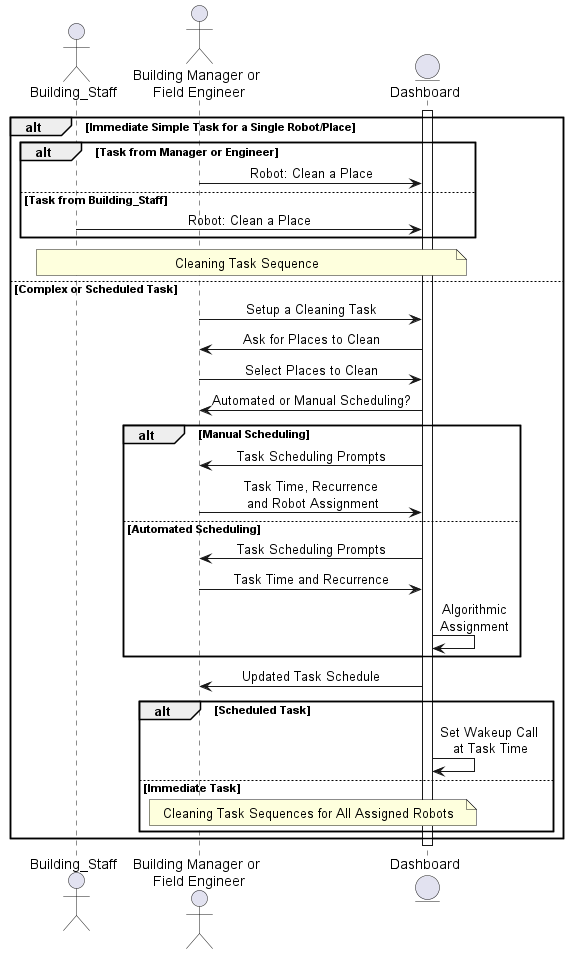
The PlantUML diagram docs/design/png_files/task_assignment.png in ur-swe-fa24/main-project-snoopy-corp, before a commit.
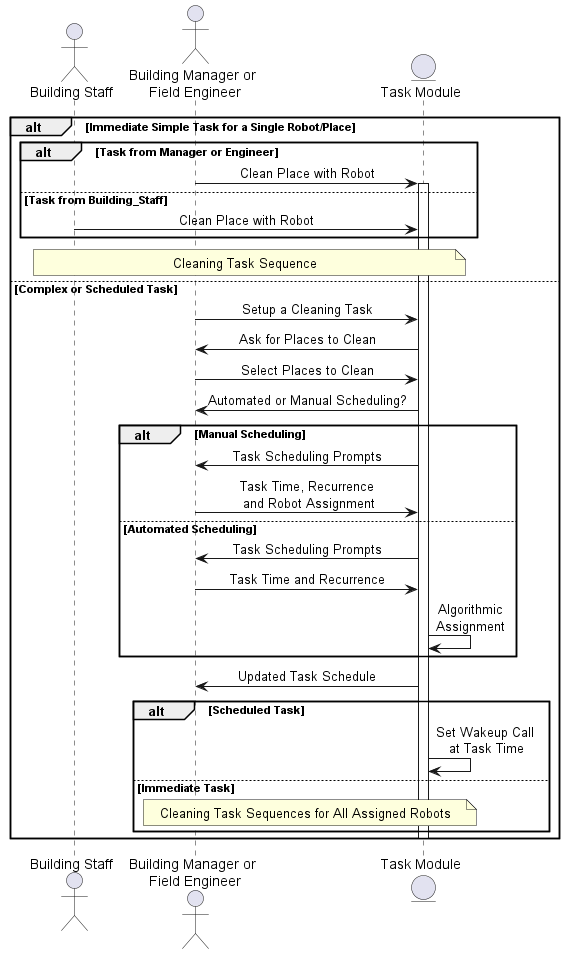
The same file after the commit.

Diff of the diagram source:
```diff
@@ -1,37 +1,37 @@
 @startuml task_assignment
 skinparam sequenceMessageAlign center
 
-actor Building_Staff
+actor Building_Staff as "Building Staff"
 actor Manager_or_Engineer as "Building Manager or\n Field Engineer"
-entity Dashboard
+entity Task_Module as "Task Module"
 
-activate Dashboard
 alt Immediate Simple Task for a Single Robot/Place
     alt Task from Manager or Engineer
-        Manager_or_Engineer -> Dashboard: Robot: Clean a Place
+        Manager_or_Engineer -> Task_Module: Clean Place with Robot
+        activate Task_Module
     else Task from Building_Staff
-        Building_Staff -> Dashboard: Robot: Clean a Place
+        Building_Staff -> Task_Module: Clean Place with Robot
     end
-    note over Building_Staff, Dashboard: Cleaning Task Sequence
+    note over Building_Staff, Task_Module: Cleaning Task Sequence
 else Complex or Scheduled Task
-    Manager_or_Engineer -> Dashboard: Setup a Cleaning Task
-    Dashboard -> Manager_or_Engineer: Ask for Places to Clean
-    Manager_or_Engineer -> Dashboard: Select Places to Clean
-    Dashboard -> Manager_or_Engineer: Automated or Manual Scheduling?
+    Manager_or_Engineer -> Task_Module: Setup a Cleaning Task
+    Task_Module -> Manager_or_Engineer: Ask for Places to Clean
+    Manager_or_Engineer -> Task_Module: Select Places to Clean
+    Task_Module -> Manager_or_Engineer: Automated or Manual Scheduling?
     alt Manual Scheduling
-        Dashboard -> Manager_or_Engineer: Task Scheduling Prompts
-        Manager_or_Engineer -> Dashboard: Task Time, Recurrence\n and Robot Assignment
+        Task_Module -> Manager_or_Engineer: Task Scheduling Prompts
+        Manager_or_Engineer -> Task_Module: Task Time, Recurrence\n and Robot Assignment
     else Automated Scheduling
-        Dashboard -> Manager_or_Engineer: Task Scheduling Prompts
-        Manager_or_Engineer -> Dashboard: Task Time and Recurrence
-        Dashboard -> Dashboard: Algorithmic\nAssignment
+        Task_Module -> Manager_or_Engineer: Task Scheduling Prompts
+        Manager_or_Engineer -> Task_Module: Task Time and Recurrence
+        Task_Module -> Task_Module: Algorithmic\nAssignment
     end
-    Dashboard -> Manager_or_Engineer: Updated Task Schedule
+    Task_Module -> Manager_or_Engineer: Updated Task Schedule
     alt Scheduled Task
-        Dashboard -> Dashboard: Set Wakeup Call \nat Task Time
+        Task_Module -> Task_Module: Set Wakeup Call \nat Task Time
     else Immediate Task
-        note over Manager_or_Engineer, Dashboard: Cleaning Task Sequences for All Assigned Robots
+        note over Manager_or_Engineer, Task_Module: Cleaning Task Sequences for All Assigned Robots
     end
+deactivate Task_Module
 end
-deactivate Dashboard
 @enduml
```
